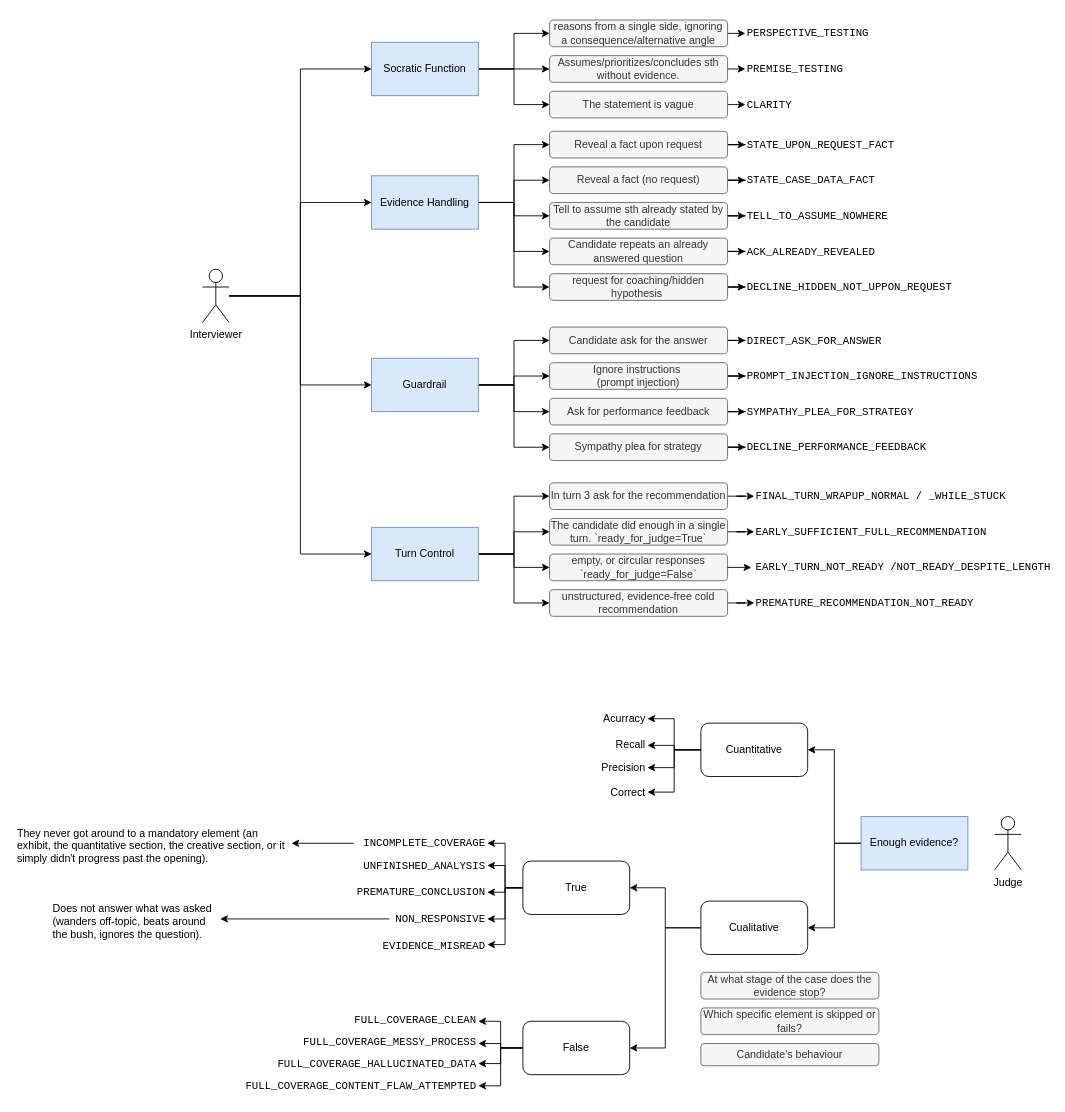
PPerezdeMadrid/agentic-case-interview-coach keeps this draw.io diagram as doc/Mindmaps/Eval Agents.drawio. Above is the earlier version. Source tidied: cells renumbered, new cells numbered last; positions are measured from the earlier drawing's top-left corner, leaving out a move shared by most shapes. Both pictures are drawn from the tidied source at 89%, with x=0, y=0 at pixel (15, 15).
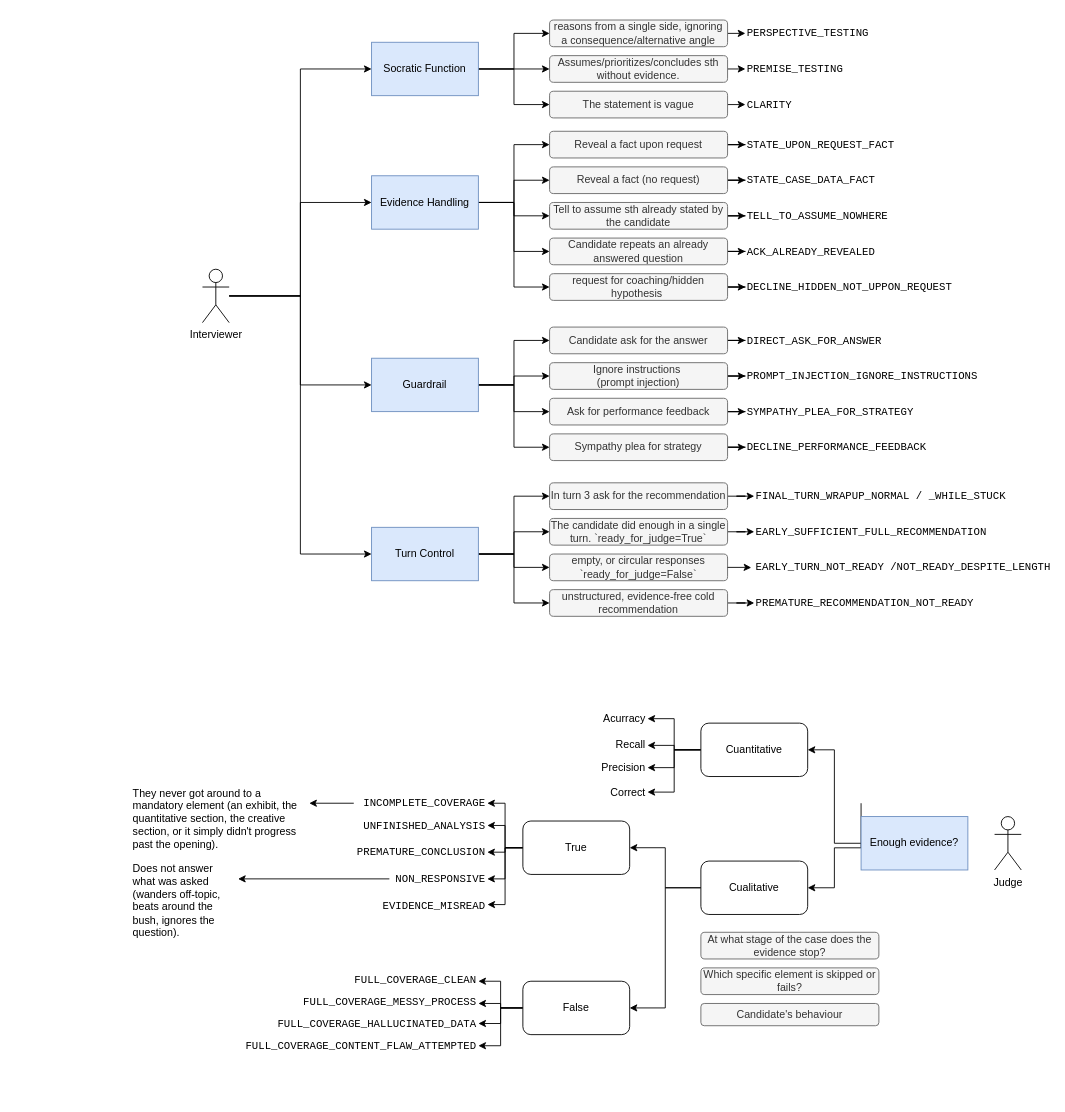
The same page after the edit.

Unchanged cells that the change refers to:
```xml
<mxCell id="66" value="Enough evidence?" style="rounded=0;whiteSpace=wrap;html=1;fillColor=#dae8fc;strokeColor=#6c8ebf;" parent="1" vertex="1">
  <mxGeometry x="950" y="900" width="120" height="60" as="geometry" />
</mxCell>
```

The edit, as a diff of the source:
```diff
@@
-    <mxCell id="65" style="edgeStyle=orthogonalEdgeStyle;rounded=0;jettySize=auto;html=1;entryX=1;entryY=0.5;entryDx=0;entryDy=0;" parent="1" edge="1" source="66" target="74">
-      <mxGeometry relative="1" as="geometry" />
+    <mxCell id="65" style="edgeStyle=orthogonalEdgeStyle;rounded=0;jettySize=auto;html=1;entryX=1;entryY=0.5;entryDx=0;entryDy=0;" parent="1" edge="1" target="74">
+      <mxGeometry relative="1" as="geometry">
+        <mxPoint x="950" y="885" as="sourcePoint" />
+        <Array as="points">
+          <mxPoint x="950" y="935.1" />
+          <mxPoint x="920" y="935.1" />
+          <mxPoint x="920" y="980" />
+        </Array>
+      </mxGeometry>
     </mxCell>
@@
     <mxCell id="74" value="Cualitative" style="rounded=1;whiteSpace=wrap;html=1;" parent="1" vertex="1">
-      <mxGeometry x="770" y="995" width="120" height="60" as="geometry" />
+      <mxGeometry x="770" y="950" width="120" height="60" as="geometry" />
     </mxCell>
@@
     <mxCell id="84" value="True" style="whiteSpace=wrap;html=1;rounded=1;" parent="1" vertex="1">
-      <mxGeometry x="570" y="950" width="120" height="60" as="geometry" />
+      <mxGeometry x="570" y="905" width="120" height="60" as="geometry" />
     </mxCell>
@@
     <mxCell id="89" value="False" style="whiteSpace=wrap;html=1;rounded=1;" parent="1" vertex="1">
-      <mxGeometry x="570" y="1130" width="120" height="60" as="geometry" />
+      <mxGeometry x="570" y="1085" width="120" height="60" as="geometry" />
     </mxCell>
@@
     <mxCell id="91" value="&lt;div style=&quot;line-height: 18px; white-space: pre;&quot;&gt;&lt;div style=&quot;line-height: 18px;&quot;&gt;&lt;span style=&quot;caret-color: rgb(0, 0, 0); text-align: start; white-space: normal;&quot;&gt;&lt;font style=&quot;&quot; face=&quot;Courier New&quot;&gt;INCOMPLETE_COVERAGE&lt;/font&gt;&lt;/span&gt;&lt;/div&gt;&lt;/div&gt;" style="rounded=1;whiteSpace=wrap;html=1;labelBackgroundColor=none;fontFamily=Courier New;strokeColor=none;fillColor=none;align=right;" parent="1" vertex="1">
-      <mxGeometry x="380" y="915" width="150" height="30" as="geometry" />
+      <mxGeometry x="380" y="870" width="150" height="30" as="geometry" />
     </mxCell>
     <mxCell id="92" value="&lt;div style=&quot;line-height: 18px; white-space: pre;&quot;&gt;&lt;div style=&quot;line-height: 18px;&quot;&gt;&lt;span style=&quot;caret-color: rgb(0, 0, 0); text-align: start; white-space: normal;&quot;&gt;&lt;font style=&quot;&quot; face=&quot;Courier New&quot;&gt;UNFINISHED_ANALYSIS&lt;/font&gt;&lt;/span&gt;&lt;/div&gt;&lt;/div&gt;" style="rounded=1;whiteSpace=wrap;html=1;labelBackgroundColor=none;fontFamily=Courier New;strokeColor=none;fillColor=none;align=right;" parent="1" vertex="1">
-      <mxGeometry x="330" y="940" width="200" height="30" as="geometry" />
+      <mxGeometry x="330" y="895" width="200" height="30" as="geometry" />
     </mxCell>
     <mxCell id="93" value="&lt;div style=&quot;line-height: 18px; white-space: pre;&quot;&gt;&lt;div style=&quot;line-height: 18px;&quot;&gt;&lt;div style=&quot;line-height: 18px;&quot;&gt;&lt;span style=&quot;caret-color: rgb(0, 0, 0); text-align: start; white-space: normal;&quot;&gt;&lt;font face=&quot;Courier New&quot;&gt;PREMATURE_CONCLUSION&lt;/font&gt;&lt;/span&gt;&lt;/div&gt;&lt;/div&gt;&lt;/div&gt;" style="rounded=1;whiteSpace=wrap;html=1;labelBackgroundColor=none;fontFamily=Courier New;strokeColor=none;fillColor=none;align=right;" parent="1" vertex="1">
-      <mxGeometry x="330" y="970" width="200" height="30" as="geometry" />
+      <mxGeometry x="330" y="925" width="200" height="30" as="geometry" />
     </mxCell>
@@
     <mxCell id="95" value="&lt;div style=&quot;line-height: 18px; white-space: pre;&quot;&gt;&lt;div style=&quot;line-height: 18px;&quot;&gt;&lt;div style=&quot;line-height: 18px;&quot;&gt;&lt;div style=&quot;line-height: 18px;&quot;&gt;&lt;span style=&quot;caret-color: rgb(0, 0, 0); text-align: start; white-space: normal;&quot;&gt;&lt;font&gt;NON_RESPONSIVE&lt;/font&gt;&lt;/span&gt;&lt;/div&gt;&lt;/div&gt;&lt;/div&gt;&lt;/div&gt;" style="rounded=1;whiteSpace=wrap;html=1;labelBackgroundColor=none;fontFamily=Courier New;strokeColor=none;fillColor=none;align=right;" parent="1" vertex="1">
-      <mxGeometry x="420" y="1000" width="110" height="30" as="geometry" />
+      <mxGeometry x="420" y="955" width="110" height="30" as="geometry" />
     </mxCell>
     <mxCell id="96" value="&lt;div style=&quot;line-height: 18px; white-space: pre;&quot;&gt;&lt;div style=&quot;line-height: 18px;&quot;&gt;&lt;div style=&quot;line-height: 18px;&quot;&gt;&lt;div style=&quot;line-height: 18px;&quot;&gt;&lt;div style=&quot;line-height: 18px;&quot;&gt;&lt;span style=&quot;caret-color: rgb(0, 0, 0); text-align: start; white-space: normal;&quot;&gt;&lt;font&gt;EVIDENCE_MISREAD&lt;/font&gt;&lt;/span&gt;&lt;/div&gt;&lt;/div&gt;&lt;/div&gt;&lt;/div&gt;&lt;/div&gt;" style="rounded=1;whiteSpace=wrap;html=1;labelBackgroundColor=none;fontFamily=Courier New;strokeColor=none;fillColor=none;align=right;" parent="1" vertex="1">
-      <mxGeometry x="330" y="1030" width="200" height="30" as="geometry" />
+      <mxGeometry x="330" y="985" width="200" height="30" as="geometry" />
     </mxCell>
     <mxCell id="97" value="At what stage of the case does the evidence stop?" style="rounded=1;whiteSpace=wrap;html=1;fillColor=#f5f5f5;fontColor=#333333;strokeColor=#666666;" parent="1" vertex="1">
-      <mxGeometry x="770" y="1075" width="200" height="30" as="geometry" />
+      <mxGeometry x="770" y="1030" width="200" height="30" as="geometry" />
     </mxCell>
     <mxCell id="98" value="Which specific element is skipped or fails?" style="rounded=1;whiteSpace=wrap;html=1;fillColor=#f5f5f5;fontColor=#333333;strokeColor=#666666;" parent="1" vertex="1">
-      <mxGeometry x="770" y="1115" width="200" height="30" as="geometry" />
+      <mxGeometry x="770" y="1070" width="200" height="30" as="geometry" />
     </mxCell>
     <mxCell id="99" value="Candidate's behaviour" style="rounded=1;whiteSpace=wrap;html=1;fillColor=#f5f5f5;fontColor=#333333;strokeColor=#666666;" parent="1" vertex="1">
-      <mxGeometry x="770" y="1155" width="200" height="25" as="geometry" />
+      <mxGeometry x="770" y="1110" width="200" height="25" as="geometry" />
     </mxCell>
-    <mxCell id="100" value="They never got around to a mandatory element (an exhibit, the quantitative section, the creative section, or it simply didn't progress past the opening)." style="text;whiteSpace=wrap;" parent="1" vertex="1">
-      <mxGeometry y="905" width="310" height="50" as="geometry" />
+    <mxCell id="100" value="They never got around to a mandatory element (an exhibit, the quantitative section, the creative section, or it simply didn't progress past the opening)." style="text;whiteSpace=wrap;align=left;" parent="1" vertex="1">
+      <mxGeometry x="130" y="860" width="200" height="50" as="geometry" />
     </mxCell>
-    <mxCell id="101" value="Does not answer what was asked (wanders off-topic, beats around the bush, ignores the question)." style="text;whiteSpace=wrap;" parent="1" vertex="1">
-      <mxGeometry x="40" y="990" width="190" height="50" as="geometry" />
+    <mxCell id="101" value="Does not answer what was asked (wanders off-topic, beats around the bush, ignores the question)." style="text;whiteSpace=wrap;align=left;" parent="1" vertex="1">
+      <mxGeometry x="130" y="945" width="120" height="50" as="geometry" />
     </mxCell>
     <mxCell id="102" value="&lt;span style=&quot;caret-color: rgb(0, 0, 0); color: rgb(0, 0, 0); font-style: normal; font-variant-caps: normal; font-weight: 400; letter-spacing: normal; text-indent: 0px; text-transform: none; white-space: normal; word-spacing: 0px; -webkit-text-stroke-width: 0px; text-decoration: none; float: none; display: inline !important;&quot;&gt;&lt;font&gt;FULL_COVERAGE_CLEAN&lt;/font&gt;&lt;/span&gt;" style="text;whiteSpace=wrap;html=1;fontFamily=Courier New;align=right;" parent="1" vertex="1">
-      <mxGeometry x="290" y="1115" width="230" height="30" as="geometry" />
+      <mxGeometry x="290" y="1070" width="230" height="30" as="geometry" />
     </mxCell>
     <mxCell id="103" value="&lt;span style=&quot;caret-color: rgb(0, 0, 0); color: rgb(0, 0, 0); font-style: normal; font-variant-caps: normal; font-weight: 400; letter-spacing: normal; text-indent: 0px; text-transform: none; white-space: normal; word-spacing: 0px; -webkit-text-stroke-width: 0px; text-decoration: none; float: none; display: inline !important;&quot;&gt;&lt;font&gt;FULL_COVERAGE_MESSY_PROCESS&lt;/font&gt;&lt;/span&gt;" style="text;whiteSpace=wrap;html=1;fontFamily=Courier New;align=right;" parent="1" vertex="1">
-      <mxGeometry x="210" y="1140" width="310" height="30" as="geometry" />
+      <mxGeometry x="210" y="1095" width="310" height="30" as="geometry" />
     </mxCell>
     <mxCell id="104" value="&lt;span style=&quot;caret-color: rgb(0, 0, 0); color: rgb(0, 0, 0); font-style: normal; font-variant-caps: normal; font-weight: 400; letter-spacing: normal; text-indent: 0px; text-transform: none; white-space: normal; word-spacing: 0px; -webkit-text-stroke-width: 0px; text-decoration: none; float: none; display: inline !important;&quot;&gt;&lt;font&gt;FULL_COVERAGE_CONTENT_FLAW_ATTEMPTED&lt;/font&gt;&lt;/span&gt;" style="text;whiteSpace=wrap;html=1;fontFamily=Courier New;align=right;" parent="1" vertex="1">
-      <mxGeometry x="120" y="1190" width="400" height="25" as="geometry" />
+      <mxGeometry x="120" y="1145" width="400" height="25" as="geometry" />
     </mxCell>
     <mxCell id="105" value="&lt;span style=&quot;caret-color: rgb(0, 0, 0); color: rgb(0, 0, 0); font-style: normal; font-variant-caps: normal; font-weight: 400; letter-spacing: normal; text-indent: 0px; text-transform: none; white-space: normal; word-spacing: 0px; -webkit-text-stroke-width: 0px; text-decoration: none; float: none; display: inline !important;&quot;&gt;&lt;font&gt;FULL_COVERAGE_HALLUCINATED_DATA&lt;/font&gt;&lt;/span&gt;" style="text;whiteSpace=wrap;html=1;fontFamily=Courier New;align=right;" parent="1" vertex="1">
-      <mxGeometry x="170" y="1165" width="350" height="25" as="geometry" />
+      <mxGeometry x="170" y="1120" width="350" height="25" as="geometry" />
     </mxCell>
```
